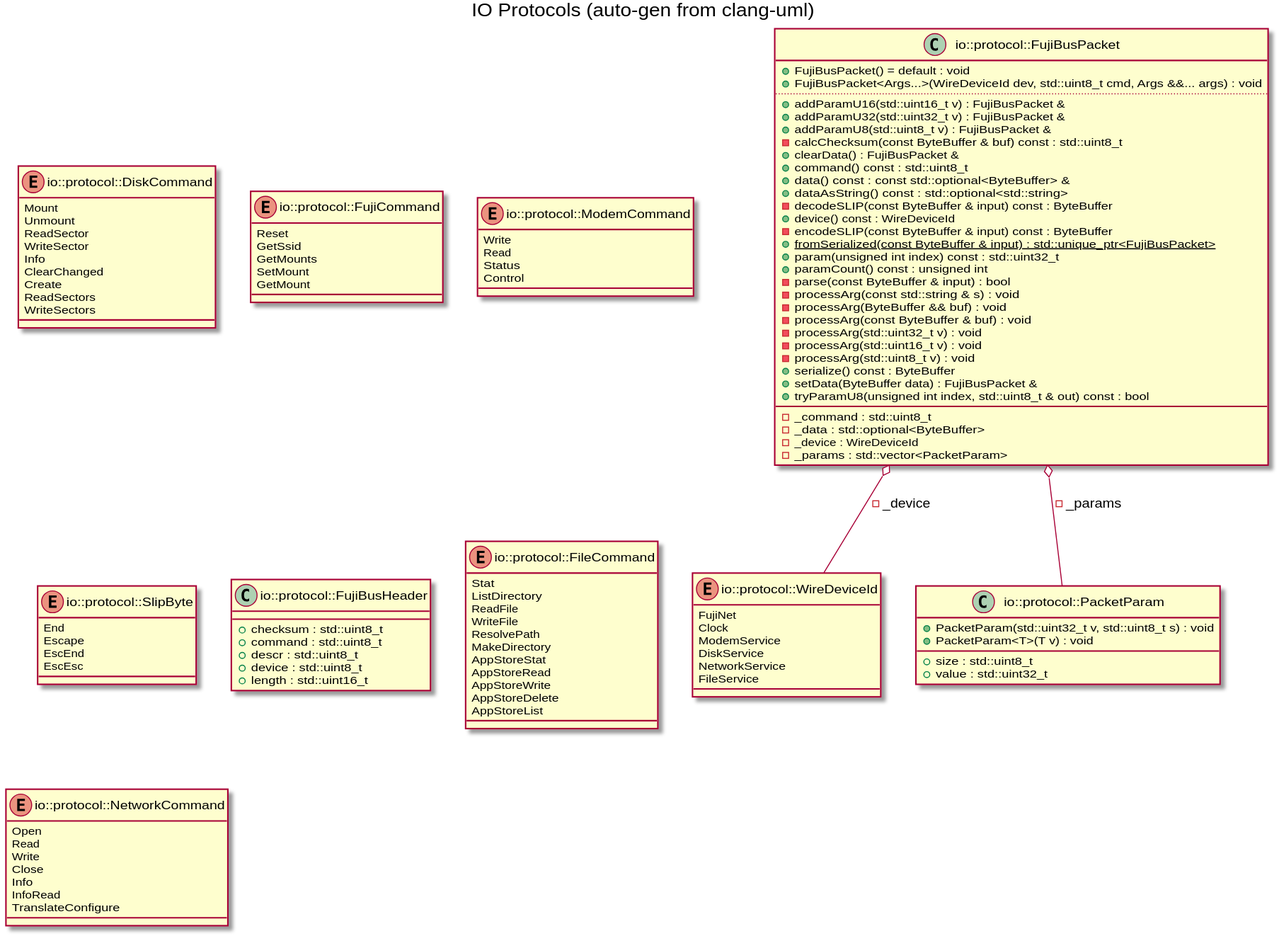
Before: docs/images/gen_io_protocol.svg, a diagram exported from PlantUML (markjfisher/fujinet-nio).
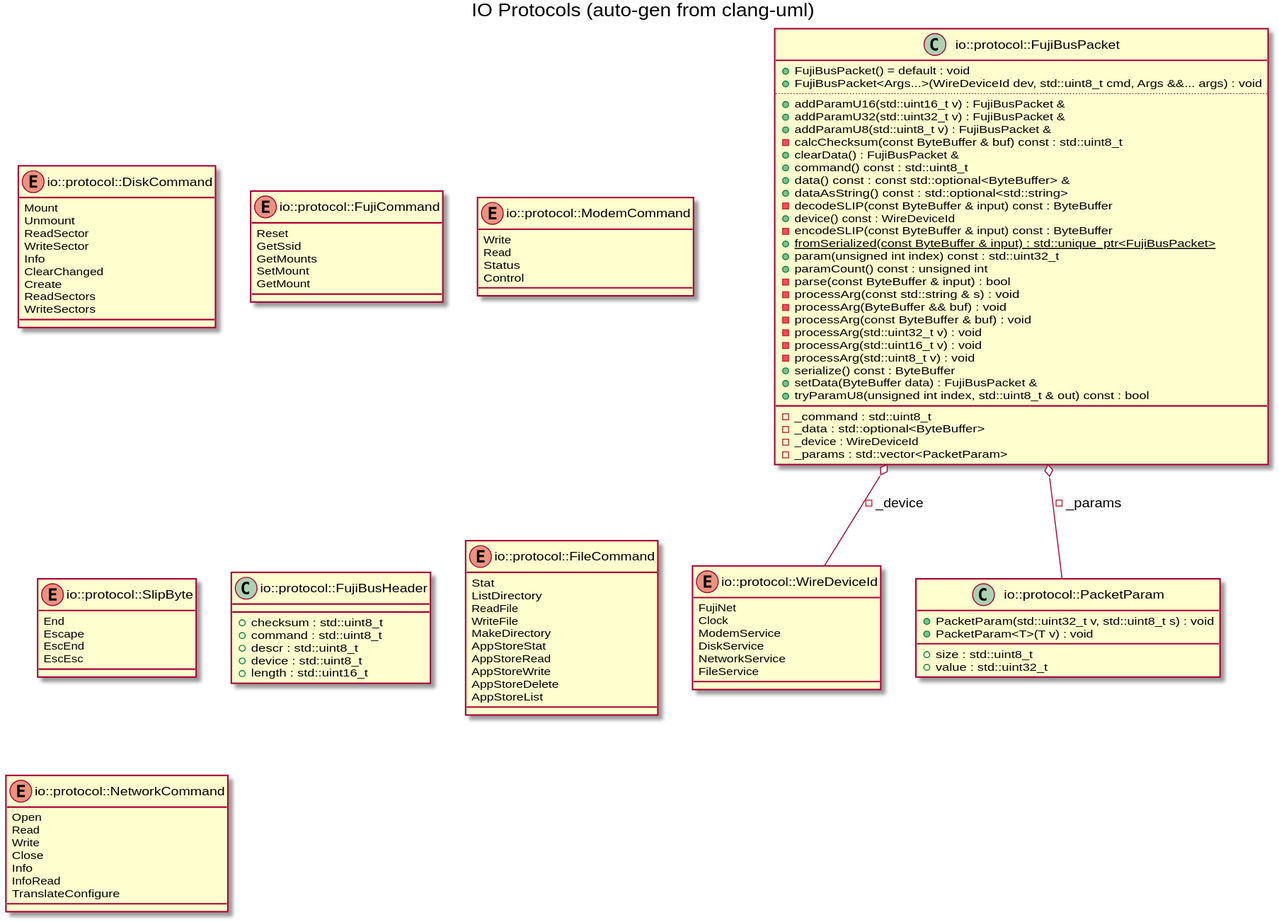
The same file after the commit.

Diff of the diagram source:
```diff
@@ -101,7 +101,6 @@
 ListDirectory
 ReadFile
 WriteFile
-ResolvePath
 MakeDirectory
 AppStoreStat
 AppStoreRead
```
